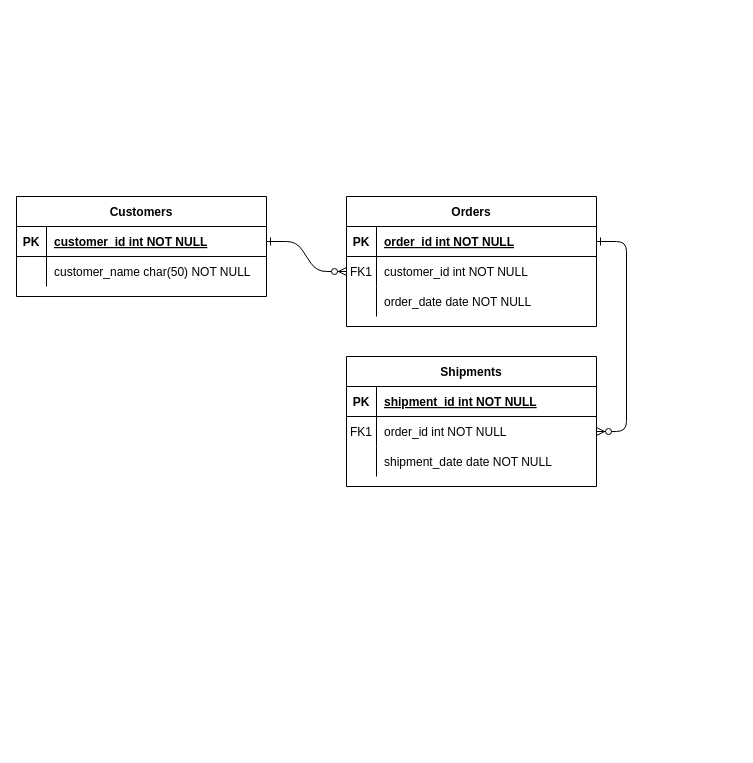
The draw.io diagram P33201/s291193/Lab2/Untitled Diagram.drawio in sporrrtik/DataBases_22-23, before the edit. Source tidied: cells renumbered, new cells numbered last; positions are measured from the earlier drawing's top-left corner, leaving out a move shared by most shapes. Both pictures are drawn from the tidied source at 100%, with x=0, y=0 at pixel (16, 196).
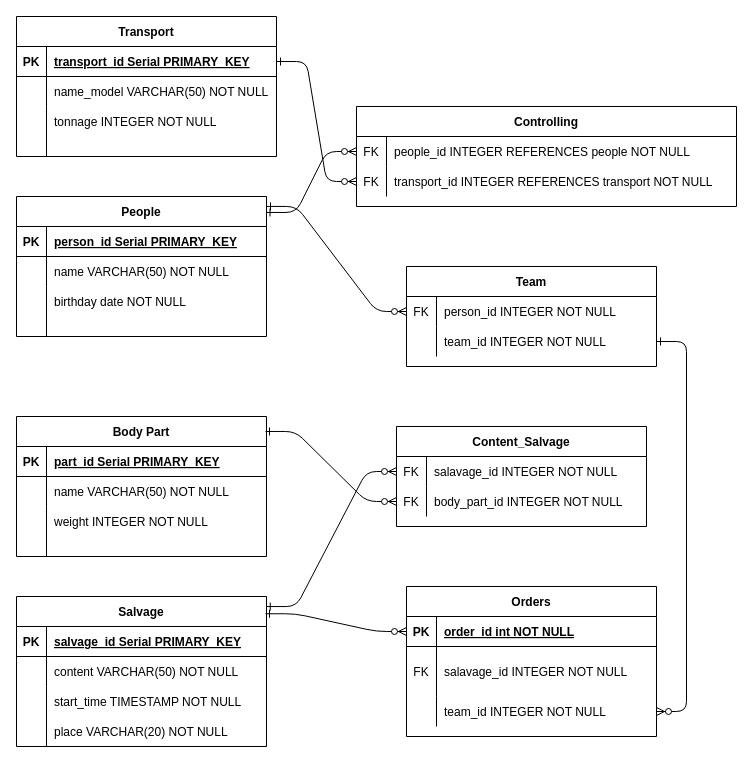
After the change.

Unchanged cells that the change refers to:
```xml
<mxCell id="5" style="shape=partialRectangle;fillColor=none;points=[[0,0.5],[1,0.5]];portConstraint=eastwest;top=0;left=0;right=0;bottom=1;" parent="4" vertex="1">
  <mxGeometry y="30" width="250" height="30" as="geometry" />
</mxCell>
<mxCell id="25" style="shape=partialRectangle;fillColor=none;points=[[0,0.5],[1,0.5]];portConstraint=eastwest;top=0;left=0;right=0;bottom=1;" parent="24" vertex="1">
  <mxGeometry y="30" width="250" height="30" as="geometry" />
</mxCell>
<mxCell id="28" style="shape=partialRectangle;fillColor=none;top=0;left=0;right=0;bottom=0;" parent="24" vertex="1">
  <mxGeometry y="60" width="250" height="30" as="geometry" />
</mxCell>
```

Change to the diagram source:
```diff
@@
-    <mxCell id="2" style="edgeStyle=entityRelationEdgeStyle;endArrow=ERzeroToMany;startArrow=ERone;endFill=1;startFill=0;" parent="1" edge="1" source="25" target="8">
-      <mxGeometry relative="1" as="geometry" />
-    </mxCell>
-    <mxCell id="3" style="edgeStyle=entityRelationEdgeStyle;endArrow=ERzeroToMany;startArrow=ERone;endFill=1;startFill=0;" parent="1" edge="1" source="5" target="18">
-      <mxGeometry relative="1" as="geometry" />
-    </mxCell>
     <mxCell id="4" value="Orders" style="shape=table;startSize=30;childLayout=tableLayout;rowLines=0;fontStyle=1;align=center;" parent="1" vertex="1">
-      <mxGeometry x="330" width="250" height="130" as="geometry" />
+      <mxGeometry x="390" y="390" width="250" height="150" as="geometry" />
     </mxCell>
@@
     <mxCell id="8" style="shape=partialRectangle;fillColor=none;points=[[0,0.5],[1,0.5]];portConstraint=eastwest;top=0;left=0;right=0;bottom=0;" parent="4" vertex="1">
-      <mxGeometry y="60" width="250" height="30" as="geometry" />
+      <mxGeometry y="60" width="250" height="50" as="geometry" />
     </mxCell>
-    <mxCell id="9" value="FK1" style="shape=partialRectangle;overflow=hidden;fillColor=none;top=0;left=0;bottom=0;right=0;" parent="8" vertex="1">
-      <mxGeometry width="30" height="30" as="geometry" />
+    <mxCell id="9" value="FK" style="shape=partialRectangle;overflow=hidden;fillColor=none;top=0;left=0;bottom=0;right=0;" parent="8" vertex="1">
+      <mxGeometry width="30" height="50" as="geometry" />
     </mxCell>
-    <mxCell id="10" value="customer_id int NOT NULL" style="shape=partialRectangle;overflow=hidden;fillColor=none;top=0;left=0;bottom=0;right=0;align=left;spacingLeft=6;" parent="8" vertex="1">
-      <mxGeometry x="30" width="220" height="30" as="geometry" />
+    <mxCell id="10" value="salavage_id INTEGER NOT NULL" style="shape=partialRectangle;overflow=hidden;fillColor=none;top=0;left=0;bottom=0;right=0;align=left;spacingLeft=6;" parent="8" vertex="1">
+      <mxGeometry x="30" width="220" height="50" as="geometry" />
     </mxCell>
     <mxCell id="11" style="shape=partialRectangle;fillColor=none;points=[[0,0.5],[1,0.5]];portConstraint=eastwest;top=0;left=0;right=0;bottom=0;" parent="4" vertex="1">
-      <mxGeometry y="90" width="250" height="30" as="geometry" />
+      <mxGeometry y="110" width="250" height="30" as="geometry" />
     </mxCell>
@@
-    <mxCell id="13" value="order_date date NOT NULL" style="shape=partialRectangle;overflow=hidden;fillColor=none;top=0;left=0;bottom=0;right=0;align=left;spacingLeft=6;" parent="11" vertex="1">
+    <mxCell id="13" value="team_id INTEGER NOT NULL" style="shape=partialRectangle;overflow=hidden;fillColor=none;top=0;left=0;bottom=0;right=0;align=left;spacingLeft=6;" parent="11" vertex="1">
       <mxGeometry x="30" width="220" height="30" as="geometry" />
     </mxCell>
-    <mxCell id="14" value="Shipments" style="shape=table;startSize=30;childLayout=tableLayout;rowLines=0;fontStyle=1;align=center;" parent="1" vertex="1">
-      <mxGeometry x="330" y="160" width="250" height="130" as="geometry" />
-    </mxCell>
-    <mxCell id="15" style="shape=partialRectangle;fillColor=none;top=0;left=0;right=0;bottom=1;" parent="14" vertex="1">
-      <mxGeometry y="30" width="250" height="30" as="geometry" />
-    </mxCell>
-    <mxCell id="16" value="PK" style="shape=partialRectangle;overflow=hidden;fillColor=none;top=0;left=0;bottom=0;right=0;fontStyle=1;" parent="15" vertex="1">
-      <mxGeometry width="30" height="30" as="geometry" />
-    </mxCell>
-    <mxCell id="17" value="shipment_id int NOT NULL " style="shape=partialRectangle;overflow=hidden;fillColor=none;top=0;left=0;bottom=0;right=0;align=left;spacingLeft=6;fontStyle=5;" parent="15" vertex="1">
-      <mxGeometry x="30" width="220" height="30" as="geometry" />
-    </mxCell>
-    <mxCell id="18" style="shape=partialRectangle;fillColor=none;points=[[0,0.5],[1,0.5]];portConstraint=eastwest;top=0;left=0;right=0;bottom=0;" parent="14" vertex="1">
-      <mxGeometry y="60" width="250" height="30" as="geometry" />
-    </mxCell>
-    <mxCell id="19" value="FK1" style="shape=partialRectangle;overflow=hidden;fillColor=none;top=0;left=0;bottom=0;right=0;" parent="18" vertex="1">
-      <mxGeometry width="30" height="30" as="geometry" />
-    </mxCell>
-    <mxCell id="20" value="order_id int NOT NULL" style="shape=partialRectangle;overflow=hidden;fillColor=none;top=0;left=0;bottom=0;right=0;align=left;spacingLeft=6;" parent="18" vertex="1">
-      <mxGeometry x="30" width="220" height="30" as="geometry" />
-    </mxCell>
-    <mxCell id="21" style="shape=partialRectangle;fillColor=none;top=0;left=0;right=0;bottom=0;" parent="14" vertex="1">
-      <mxGeometry y="90" width="250" height="30" as="geometry" />
-    </mxCell>
-    <mxCell id="22" style="shape=partialRectangle;overflow=hidden;fillColor=none;top=0;left=0;bottom=0;right=0;" parent="21" vertex="1">
-      <mxGeometry width="30" height="30" as="geometry" />
-    </mxCell>
-    <mxCell id="23" value="shipment_date date NOT NULL" style="shape=partialRectangle;overflow=hidden;fillColor=none;top=0;left=0;bottom=0;right=0;align=left;spacingLeft=6;" parent="21" vertex="1">
-      <mxGeometry x="30" width="220" height="30" as="geometry" />
-    </mxCell>
-    <mxCell id="24" value="Customers" style="shape=table;startSize=30;childLayout=tableLayout;rowLines=0;fontStyle=1;align=center;" parent="1" vertex="1">
-      <mxGeometry width="250" height="100" as="geometry" />
+    <mxCell id="24" value="People" style="shape=table;startSize=30;childLayout=tableLayout;rowLines=0;fontStyle=1;align=center;" parent="1" vertex="1">
+      <mxGeometry width="250" height="140" as="geometry" />
     </mxCell>
@@
-    <mxCell id="27" value="customer_id int NOT NULL " style="shape=partialRectangle;overflow=hidden;fillColor=none;top=0;left=0;bottom=0;right=0;align=left;spacingLeft=6;fontStyle=5;" parent="25" vertex="1">
+    <mxCell id="27" value="person_id Serial PRIMARY_KEY" style="shape=partialRectangle;overflow=hidden;fillColor=none;top=0;left=0;bottom=0;right=0;align=left;spacingLeft=6;fontStyle=5;" parent="25" vertex="1">
       <mxGeometry x="30" width="220" height="30" as="geometry" />
     </mxCell>
@@
-    <mxCell id="30" value="customer_name char(50) NOT NULL" style="shape=partialRectangle;overflow=hidden;fillColor=none;top=0;left=0;bottom=0;right=0;align=left;spacingLeft=6;" parent="28" vertex="1">
+    <mxCell id="30" value="name VARCHAR(50) NOT NULL" style="shape=partialRectangle;overflow=hidden;fillColor=none;top=0;left=0;bottom=0;right=0;align=left;spacingLeft=6;" parent="28" vertex="1">
       <mxGeometry x="30" width="220" height="30" as="geometry" />
     </mxCell>
+    <mxCell id="31" value="birthday date NOT NULL" style="shape=partialRectangle;overflow=hidden;fillColor=none;top=0;left=0;bottom=0;right=0;align=left;spacingLeft=6;" parent="1" vertex="1">
+      <mxGeometry x="30" y="90" width="220" height="30" as="geometry" />
+    </mxCell>
+    <mxCell id="32" style="endArrow=none;html=1;rounded=0;" parent="1" edge="1">
+      <mxGeometry relative="1" as="geometry">
+        <mxPoint x="30" y="90" as="sourcePoint" />
+        <mxPoint x="30" y="140" as="targetPoint" />
+      </mxGeometry>
+    </mxCell>
+    <mxCell id="33" value="Body Part" style="shape=table;startSize=30;childLayout=tableLayout;rowLines=0;fontStyle=1;align=center;" parent="1" vertex="1">
+      <mxGeometry y="220" width="250" height="140" as="geometry" />
+    </mxCell>
+    <mxCell id="34" style="shape=partialRectangle;fillColor=none;top=0;left=0;right=0;bottom=1;" parent="33" vertex="1">
+      <mxGeometry y="30" width="250" height="30" as="geometry" />
+    </mxCell>
+    <mxCell id="35" value="PK" style="shape=partialRectangle;overflow=hidden;fillColor=none;top=0;left=0;bottom=0;right=0;fontStyle=1;" parent="34" vertex="1">
+      <mxGeometry width="30" height="30" as="geometry" />
+    </mxCell>
+    <mxCell id="36" value="part_id Serial PRIMARY_KEY" style="shape=partialRectangle;overflow=hidden;fillColor=none;top=0;left=0;bottom=0;right=0;align=left;spacingLeft=6;fontStyle=5;" parent="34" vertex="1">
+      <mxGeometry x="30" width="220" height="30" as="geometry" />
+    </mxCell>
+    <mxCell id="37" style="shape=partialRectangle;fillColor=none;top=0;left=0;right=0;bottom=0;" parent="33" vertex="1">
+      <mxGeometry y="60" width="250" height="30" as="geometry" />
+    </mxCell>
+    <mxCell id="38" style="shape=partialRectangle;overflow=hidden;fillColor=none;top=0;left=0;bottom=0;right=0;" parent="37" vertex="1">
+      <mxGeometry width="30" height="30" as="geometry" />
+    </mxCell>
+    <mxCell id="39" value="name VARCHAR(50) NOT NULL" style="shape=partialRectangle;overflow=hidden;fillColor=none;top=0;left=0;bottom=0;right=0;align=left;spacingLeft=6;" parent="37" vertex="1">
+      <mxGeometry x="30" width="220" height="30" as="geometry" />
+    </mxCell>
+    <mxCell id="40" value="weight INTEGER NOT NULL" style="shape=partialRectangle;overflow=hidden;fillColor=none;top=0;left=0;bottom=0;right=0;align=left;spacingLeft=6;" parent="1" vertex="1">
+      <mxGeometry x="30" y="310" width="220" height="30" as="geometry" />
+    </mxCell>
+    <mxCell id="41" style="endArrow=none;html=1;rounded=0;" parent="1" edge="1">
+      <mxGeometry relative="1" as="geometry">
+        <mxPoint x="30" y="310" as="sourcePoint" />
+        <mxPoint x="30" y="360" as="targetPoint" />
+      </mxGeometry>
+    </mxCell>
+    <mxCell id="42" value="Salvage" style="shape=table;startSize=30;childLayout=tableLayout;rowLines=0;fontStyle=1;align=center;" parent="1" vertex="1">
+      <mxGeometry y="400" width="250" height="150" as="geometry" />
+    </mxCell>
+    <mxCell id="43" style="shape=partialRectangle;fillColor=none;top=0;left=0;right=0;bottom=1;" parent="42" vertex="1">
+      <mxGeometry y="30" width="250" height="30" as="geometry" />
+    </mxCell>
+    <mxCell id="44" value="PK" style="shape=partialRectangle;overflow=hidden;fillColor=none;top=0;left=0;bottom=0;right=0;fontStyle=1;" parent="43" vertex="1">
+      <mxGeometry width="30" height="30" as="geometry" />
+    </mxCell>
+    <mxCell id="45" value="salvage_id Serial PRIMARY_KEY" style="shape=partialRectangle;overflow=hidden;fillColor=none;top=0;left=0;bottom=0;right=0;align=left;spacingLeft=6;fontStyle=5;" parent="43" vertex="1">
+      <mxGeometry x="30" width="220" height="30" as="geometry" />
+    </mxCell>
+    <mxCell id="46" style="shape=partialRectangle;fillColor=none;top=0;left=0;right=0;bottom=0;" parent="42" vertex="1">
+      <mxGeometry y="60" width="250" height="30" as="geometry" />
+    </mxCell>
+    <mxCell id="47" style="shape=partialRectangle;overflow=hidden;fillColor=none;top=0;left=0;bottom=0;right=0;" parent="46" vertex="1">
+      <mxGeometry width="30" height="30" as="geometry" />
+    </mxCell>
+    <mxCell id="48" value="content VARCHAR(50) NOT NULL" style="shape=partialRectangle;overflow=hidden;fillColor=none;top=0;left=0;bottom=0;right=0;align=left;spacingLeft=6;" parent="46" vertex="1">
+      <mxGeometry x="30" width="220" height="30" as="geometry" />
+    </mxCell>
+    <mxCell id="49" value="start_time TIMESTAMP NOT NULL" style="shape=partialRectangle;overflow=hidden;fillColor=none;top=0;left=0;bottom=0;right=0;align=left;spacingLeft=6;" parent="1" vertex="1">
+      <mxGeometry x="30" y="490" width="220" height="30" as="geometry" />
+    </mxCell>
+    <mxCell id="50" style="endArrow=none;html=1;rounded=0;" parent="1" edge="1">
+      <mxGeometry relative="1" as="geometry">
+        <mxPoint x="30" y="490" as="sourcePoint" />
+        <mxPoint x="30" y="550" as="targetPoint" />
+      </mxGeometry>
+    </mxCell>
+    <mxCell id="51" value="place VARCHAR(20) NOT NULL" style="shape=partialRectangle;overflow=hidden;fillColor=none;top=0;left=0;bottom=0;right=0;align=left;spacingLeft=6;" parent="1" vertex="1">
+      <mxGeometry x="30" y="520" width="220" height="30" as="geometry" />
+    </mxCell>
+    <mxCell id="52" value="Transport" style="shape=table;startSize=30;childLayout=tableLayout;rowLines=0;fontStyle=1;align=center;" parent="1" vertex="1">
+      <mxGeometry y="-180" width="260" height="140" as="geometry" />
+    </mxCell>
+    <mxCell id="53" style="shape=partialRectangle;fillColor=none;points=[[0,0.5],[1,0.5]];portConstraint=eastwest;top=0;left=0;right=0;bottom=1;" parent="52" vertex="1">
+      <mxGeometry y="30" width="260" height="30" as="geometry" />
+    </mxCell>
+    <mxCell id="54" value="PK" style="shape=partialRectangle;overflow=hidden;fillColor=none;top=0;left=0;bottom=0;right=0;fontStyle=1;" parent="53" vertex="1">
+      <mxGeometry width="30" height="30" as="geometry" />
+    </mxCell>
+    <mxCell id="55" value="transport_id Serial PRIMARY_KEY" style="shape=partialRectangle;overflow=hidden;fillColor=none;top=0;left=0;bottom=0;right=0;align=left;spacingLeft=6;fontStyle=5;" parent="53" vertex="1">
+      <mxGeometry x="30" width="230" height="30" as="geometry" />
+    </mxCell>
+    <mxCell id="56" style="shape=partialRectangle;fillColor=none;top=0;left=0;right=0;bottom=0;" parent="52" vertex="1">
+      <mxGeometry y="60" width="260" height="30" as="geometry" />
+    </mxCell>
+    <mxCell id="57" style="shape=partialRectangle;overflow=hidden;fillColor=none;top=0;left=0;bottom=0;right=0;" parent="56" vertex="1">
+      <mxGeometry width="30" height="30" as="geometry" />
+    </mxCell>
+    <mxCell id="58" value="name_model VARCHAR(50) NOT NULL" style="shape=partialRectangle;overflow=hidden;fillColor=none;top=0;left=0;bottom=0;right=0;align=left;spacingLeft=6;" parent="56" vertex="1">
+      <mxGeometry x="30" width="230" height="30" as="geometry" />
+    </mxCell>
+    <mxCell id="59" value="tonnage INTEGER NOT NULL" style="shape=partialRectangle;overflow=hidden;fillColor=none;top=0;left=0;bottom=0;right=0;align=left;spacingLeft=6;" parent="1" vertex="1">
+      <mxGeometry x="30" y="-90" width="220" height="30" as="geometry" />
+    </mxCell>
+    <mxCell id="60" style="endArrow=none;html=1;rounded=0;" parent="1" edge="1">
+      <mxGeometry relative="1" as="geometry">
+        <mxPoint x="30" y="-90" as="sourcePoint" />
+        <mxPoint x="30" y="-40" as="targetPoint" />
+      </mxGeometry>
+    </mxCell>
+    <mxCell id="61" value="Controlling" style="shape=table;startSize=30;childLayout=tableLayout;rowLines=0;fontStyle=1;align=center;" parent="1" vertex="1">
+      <mxGeometry x="340" y="-90" width="380" height="100" as="geometry" />
+    </mxCell>
+    <mxCell id="62" style="shape=partialRectangle;fillColor=none;points=[[0,0.5],[1,0.5]];portConstraint=eastwest;top=0;left=0;right=0;bottom=0;" parent="61" vertex="1">
+      <mxGeometry y="30" width="380" height="30" as="geometry" />
+    </mxCell>
+    <mxCell id="63" value="FK" style="shape=partialRectangle;overflow=hidden;fillColor=none;top=0;left=0;bottom=0;right=0;" parent="62" vertex="1">
+      <mxGeometry width="30" height="30" as="geometry" />
+    </mxCell>
+    <mxCell id="64" value="people_id INTEGER REFERENCES people NOT NULL" style="shape=partialRectangle;overflow=hidden;fillColor=none;top=0;left=0;bottom=0;right=0;align=left;spacingLeft=6;" parent="62" vertex="1">
+      <mxGeometry x="30" width="350" height="30" as="geometry" />
+    </mxCell>
+    <mxCell id="65" style="shape=partialRectangle;fillColor=none;points=[[0,0.5],[1,0.5]];portConstraint=eastwest;top=0;left=0;right=0;bottom=0;" parent="61" vertex="1">
+      <mxGeometry y="60" width="380" height="30" as="geometry" />
+    </mxCell>
+    <mxCell id="66" value="FK" style="shape=partialRectangle;overflow=hidden;fillColor=none;top=0;left=0;bottom=0;right=0;" parent="65" vertex="1">
+      <mxGeometry width="30" height="30" as="geometry" />
+    </mxCell>
+    <mxCell id="67" value="transport_id INTEGER REFERENCES transport NOT NULL" style="shape=partialRectangle;overflow=hidden;fillColor=none;top=0;left=0;bottom=0;right=0;align=left;spacingLeft=6;" parent="65" vertex="1">
+      <mxGeometry x="30" width="350" height="30" as="geometry" />
+    </mxCell>
+    <mxCell id="68" style="edgeStyle=entityRelationEdgeStyle;endArrow=ERzeroToMany;startArrow=ERone;endFill=1;startFill=0;exitX=1;exitY=0.5;exitDx=0;exitDy=0;entryX=0;entryY=0.5;entryDx=0;entryDy=0;" parent="1" edge="1" source="53" target="65">
+      <mxGeometry relative="1" as="geometry" />
+    </mxCell>
+    <mxCell id="69" style="edgeStyle=entityRelationEdgeStyle;endArrow=ERzeroToMany;startArrow=ERone;endFill=1;startFill=0;exitX=0.998;exitY=0.114;exitDx=0;exitDy=0;exitPerimeter=0;entryX=0;entryY=0.5;entryDx=0;entryDy=0;" parent="1" edge="1" source="24" target="62">
+      <mxGeometry relative="1" as="geometry" />
+    </mxCell>
+    <mxCell id="70" value="Team" style="shape=table;startSize=30;childLayout=tableLayout;rowLines=0;fontStyle=1;align=center;" parent="1" vertex="1">
+      <mxGeometry x="390" y="70" width="250" height="100" as="geometry" />
+    </mxCell>
+    <mxCell id="71" style="shape=partialRectangle;fillColor=none;points=[[0,0.5],[1,0.5]];portConstraint=eastwest;top=0;left=0;right=0;bottom=0;" parent="70" vertex="1">
+      <mxGeometry y="30" width="250" height="30" as="geometry" />
+    </mxCell>
+    <mxCell id="72" value="FK" style="shape=partialRectangle;overflow=hidden;fillColor=none;top=0;left=0;bottom=0;right=0;" parent="71" vertex="1">
+      <mxGeometry width="30" height="30" as="geometry" />
+    </mxCell>
+    <mxCell id="73" value="person_id INTEGER NOT NULL" style="shape=partialRectangle;overflow=hidden;fillColor=none;top=0;left=0;bottom=0;right=0;align=left;spacingLeft=6;" parent="71" vertex="1">
+      <mxGeometry x="30" width="220" height="30" as="geometry" />
+    </mxCell>
+    <mxCell id="74" style="shape=partialRectangle;fillColor=none;points=[[0,0.5],[1,0.5]];portConstraint=eastwest;top=0;left=0;right=0;bottom=0;" parent="70" vertex="1">
+      <mxGeometry y="60" width="250" height="30" as="geometry" />
+    </mxCell>
+    <mxCell id="75" style="shape=partialRectangle;overflow=hidden;fillColor=none;top=0;left=0;bottom=0;right=0;" parent="74" vertex="1">
+      <mxGeometry width="30" height="30" as="geometry" />
+    </mxCell>
+    <mxCell id="76" value="team_id INTEGER NOT NULL" style="shape=partialRectangle;overflow=hidden;fillColor=none;top=0;left=0;bottom=0;right=0;align=left;spacingLeft=6;" parent="74" vertex="1">
+      <mxGeometry x="30" width="220" height="30" as="geometry" />
+    </mxCell>
+    <mxCell id="77" style="edgeStyle=entityRelationEdgeStyle;endArrow=ERzeroToMany;startArrow=ERone;endFill=1;startFill=0;exitX=1;exitY=0.071;exitDx=0;exitDy=0;exitPerimeter=0;entryX=0;entryY=0.5;entryDx=0;entryDy=0;" parent="1" edge="1" source="24" target="71">
+      <mxGeometry relative="1" as="geometry" />
+    </mxCell>
+    <mxCell id="78" style="edgeStyle=entityRelationEdgeStyle;endArrow=ERzeroToMany;startArrow=ERone;endFill=1;startFill=0;exitX=0.996;exitY=0.115;exitDx=0;exitDy=0;exitPerimeter=0;entryX=0;entryY=0.5;entryDx=0;entryDy=0;" parent="1" edge="1" source="42" target="5">
+      <mxGeometry relative="1" as="geometry" />
+    </mxCell>
+    <mxCell id="79" style="edgeStyle=entityRelationEdgeStyle;endArrow=ERzeroToMany;startArrow=ERone;endFill=1;startFill=0;exitX=1;exitY=0.5;exitDx=0;exitDy=0;" parent="1" edge="1" source="74" target="11">
+      <mxGeometry relative="1" as="geometry" />
+    </mxCell>
+    <mxCell id="80" value="Content_Salvage" style="shape=table;startSize=30;childLayout=tableLayout;rowLines=0;fontStyle=1;align=center;" parent="1" vertex="1">
+      <mxGeometry x="380" y="230" width="250" height="100" as="geometry" />
+    </mxCell>
+    <mxCell id="81" style="shape=partialRectangle;fillColor=none;points=[[0,0.5],[1,0.5]];portConstraint=eastwest;top=0;left=0;right=0;bottom=0;" parent="80" vertex="1">
+      <mxGeometry y="30" width="250" height="30" as="geometry" />
+    </mxCell>
+    <mxCell id="82" value="FK" style="shape=partialRectangle;overflow=hidden;fillColor=none;top=0;left=0;bottom=0;right=0;" parent="81" vertex="1">
+      <mxGeometry width="30" height="30" as="geometry" />
+    </mxCell>
+    <mxCell id="83" value="salavage_id INTEGER NOT NULL" style="shape=partialRectangle;overflow=hidden;fillColor=none;top=0;left=0;bottom=0;right=0;align=left;spacingLeft=6;" parent="81" vertex="1">
+      <mxGeometry x="30" width="220" height="30" as="geometry" />
+    </mxCell>
+    <mxCell id="84" style="shape=partialRectangle;fillColor=none;points=[[0,0.5],[1,0.5]];portConstraint=eastwest;top=0;left=0;right=0;bottom=0;" parent="80" vertex="1">
+      <mxGeometry y="60" width="250" height="30" as="geometry" />
+    </mxCell>
+    <mxCell id="85" value="FK" style="shape=partialRectangle;overflow=hidden;fillColor=none;top=0;left=0;bottom=0;right=0;" parent="84" vertex="1">
+      <mxGeometry width="30" height="30" as="geometry" />
+    </mxCell>
+    <mxCell id="86" value="body_part_id INTEGER NOT NULL" style="shape=partialRectangle;overflow=hidden;fillColor=none;top=0;left=0;bottom=0;right=0;align=left;spacingLeft=6;" parent="84" vertex="1">
+      <mxGeometry x="30" width="220" height="30" as="geometry" />
+    </mxCell>
+    <mxCell id="87" style="edgeStyle=entityRelationEdgeStyle;endArrow=ERzeroToMany;startArrow=ERone;endFill=1;startFill=0;exitX=0.996;exitY=0.107;exitDx=0;exitDy=0;exitPerimeter=0;entryX=0;entryY=0.5;entryDx=0;entryDy=0;" parent="1" edge="1" source="33" target="84">
+      <mxGeometry relative="1" as="geometry" />
+    </mxCell>
+    <mxCell id="88" style="edgeStyle=entityRelationEdgeStyle;endArrow=ERzeroToMany;startArrow=ERone;endFill=1;startFill=0;exitX=0.999;exitY=0.067;exitDx=0;exitDy=0;exitPerimeter=0;entryX=0;entryY=0.5;entryDx=0;entryDy=0;" parent="1" edge="1" source="42" target="81">
+      <mxGeometry relative="1" as="geometry" />
+    </mxCell>
```
